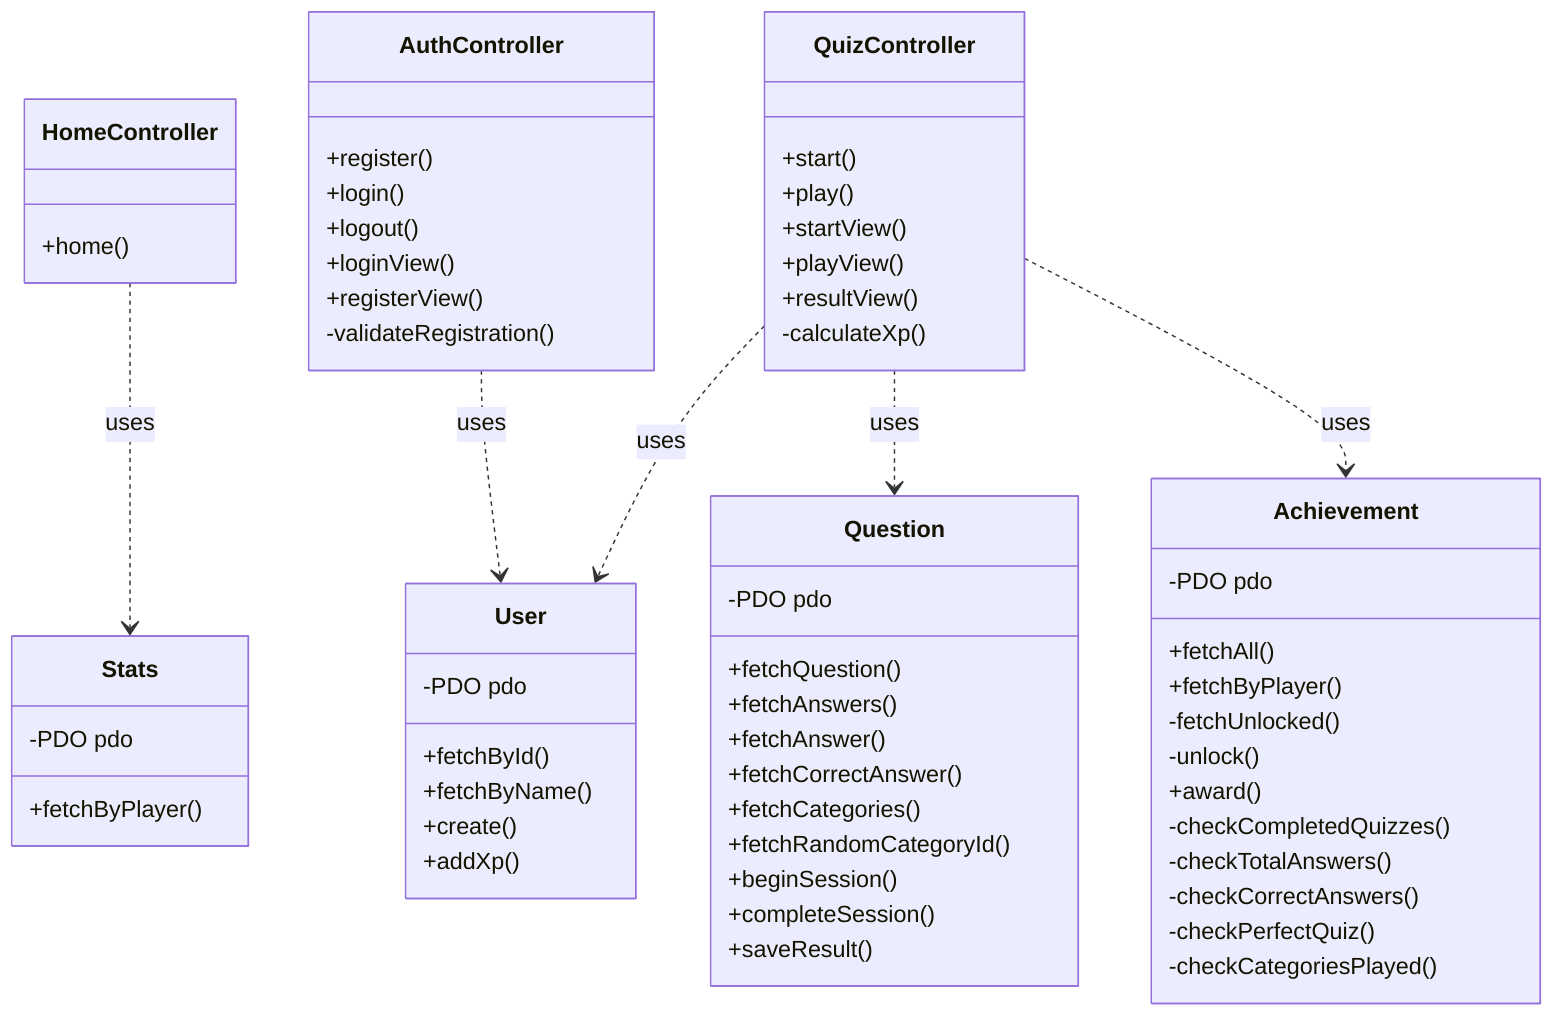
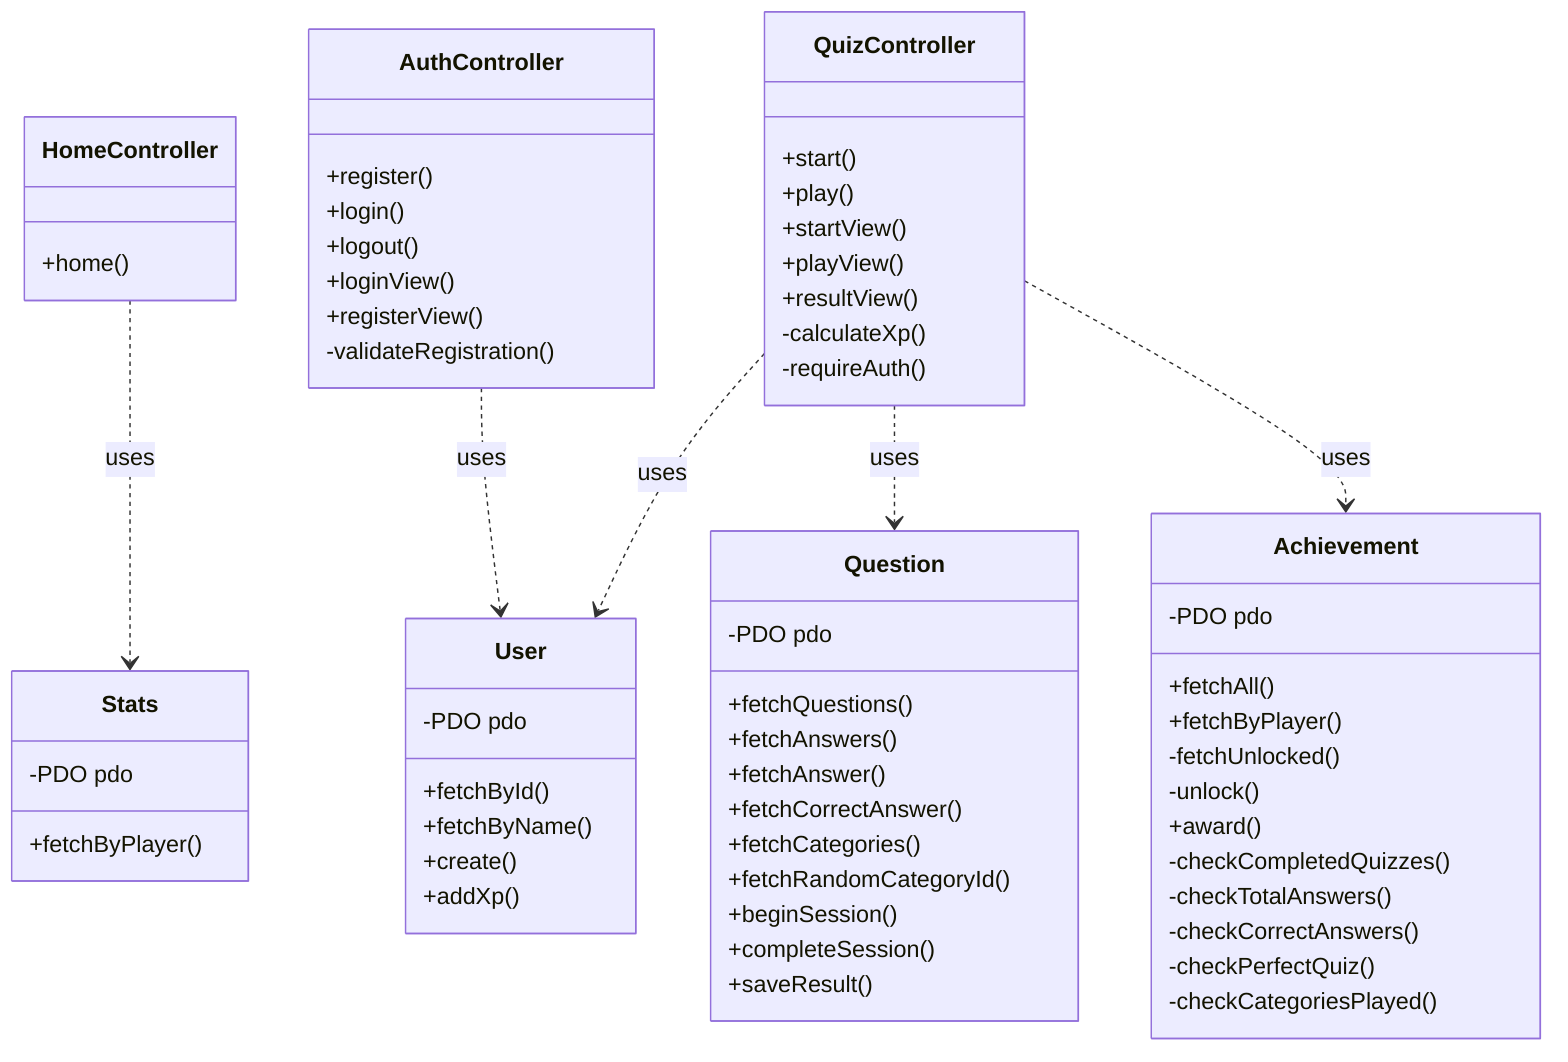
classDiagram
    HomeController ..> Stats : uses
    AuthController ..> User : uses
    QuizController ..> Question : uses
    QuizController ..> Achievement : uses
    QuizController ..> User : uses

    class HomeController {
        +home()
    }

    class AuthController {
        +register()
        +login()
        +logout()
        +loginView()
        +registerView()
        -validateRegistration()
    }

    class QuizController {
        +start()
        +play()
        +startView()
        +playView()
        +resultView()
        -calculateXp()
+         -requireAuth()
    }

    class User {
        -PDO pdo
        +fetchById()
        +fetchByName()
        +create()
        +addXp()
    }

    class Question {
        -PDO pdo
-         +fetchQuestion()
+         +fetchQuestions()
        +fetchAnswers()
        +fetchAnswer()
        +fetchCorrectAnswer()
        +fetchCategories()
        +fetchRandomCategoryId()
        +beginSession()
        +completeSession()
        +saveResult()
    }

    class Stats {
        -PDO pdo
        +fetchByPlayer()
    }

    class Achievement {
        -PDO pdo
        +fetchAll()
        +fetchByPlayer()
        -fetchUnlocked()
        -unlock()
        +award()
        -checkCompletedQuizzes()
        -checkTotalAnswers()
        -checkCorrectAnswers()
        -checkPerfectQuiz()
        -checkCategoriesPlayed()
    }